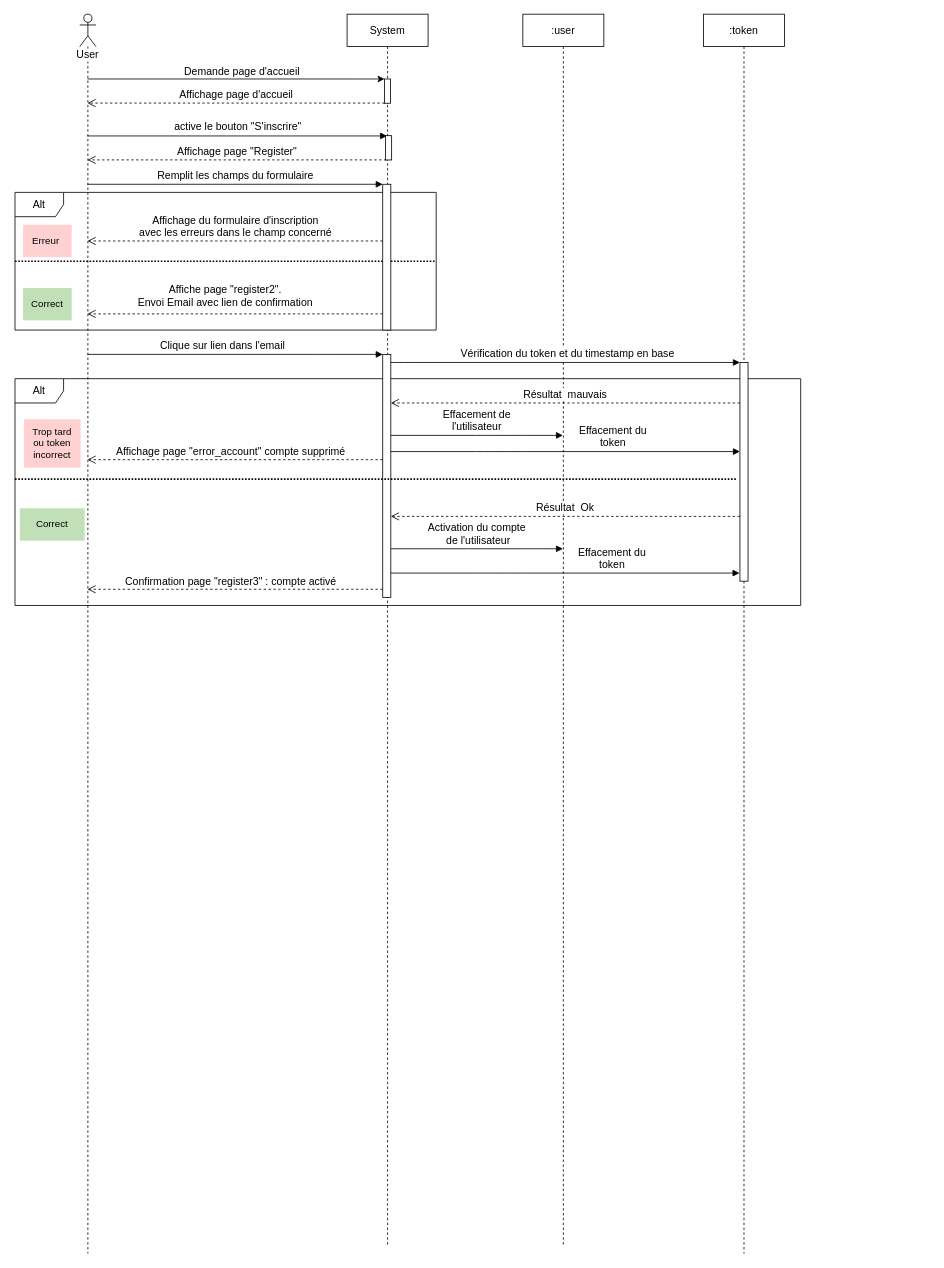
Above: Cadrage/Diagrammes de séquence register/register_seq.drawio in JgPhil/Blog (draw.io), before the change. Source tidied: cells renumbered, new cells numbered last; positions are measured from the earlier drawing's top-left corner, leaving out a move shared by most shapes. Both pictures are drawn from the tidied source at 81%, with x=0, y=0 at pixel (15, 14).
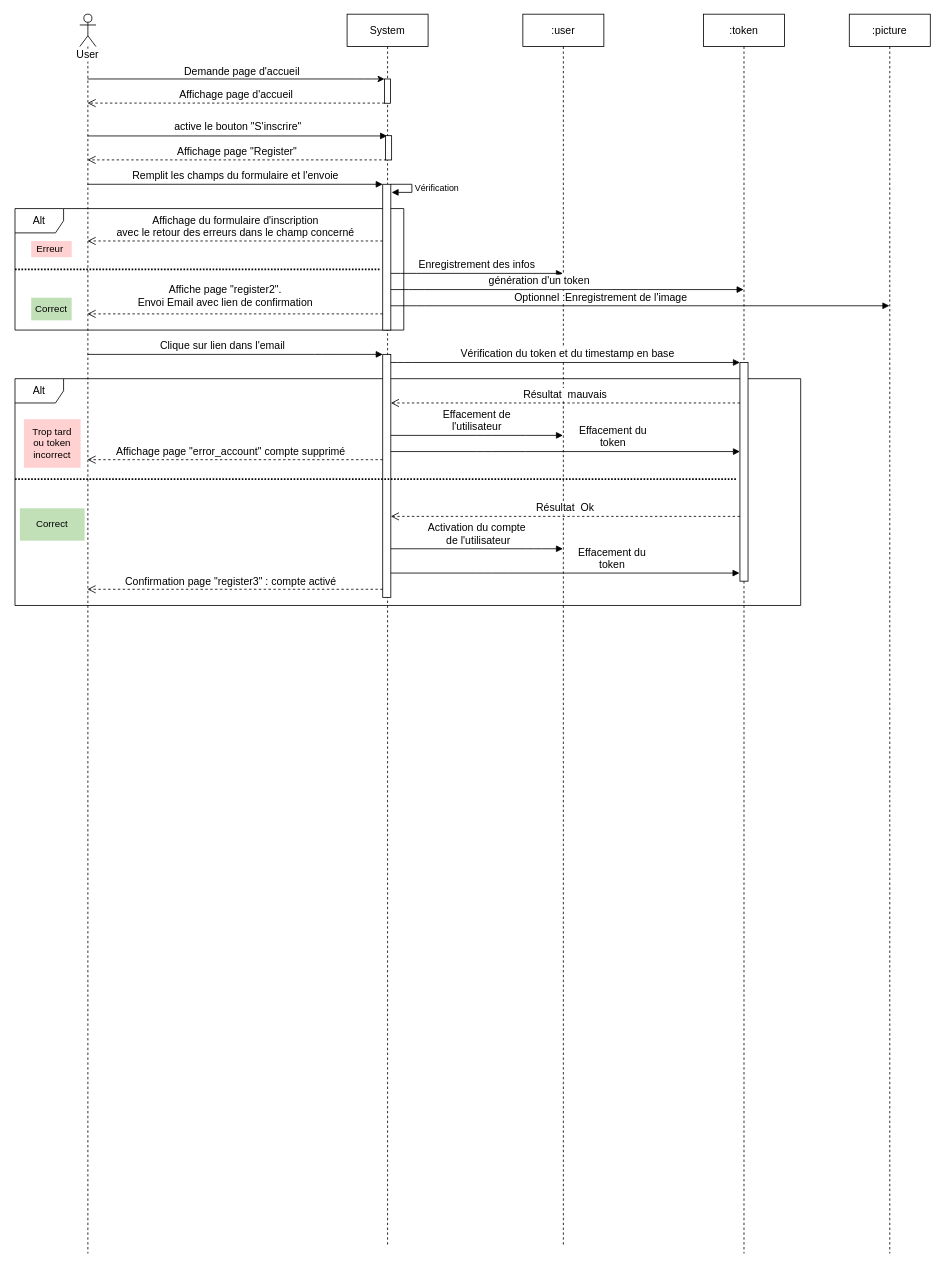
The same page after the edit.

Unchanged cells that the change refers to:
```xml
<mxCell id="8" value="System" style="shape=umlLifeline;perimeter=lifelinePerimeter;whiteSpace=wrap;html=1;rounded=0;comic=0;fontSize=13;" parent="1" vertex="1">
  <mxGeometry x="410" width="100" height="1520" as="geometry" />
</mxCell>
<mxCell id="9" style="html=1;points=[];perimeter=orthogonalPerimeter;fillColor=#FFFFFF;fontSize=13;" parent="8" vertex="1">
  <mxGeometry x="44" y="210" width="10" height="180" as="geometry" />
</mxCell>
<mxCell id="13" value=":user" style="shape=umlLifeline;perimeter=lifelinePerimeter;whiteSpace=wrap;html=1;outlineConnect=0;strokeWidth=1;fontSize=13;" parent="1" vertex="1">
  <mxGeometry x="627" width="100" height="1520" as="geometry" />
</mxCell>
<mxCell id="16" value="User" style="shape=umlLifeline;participant=umlActor;perimeter=lifelinePerimeter;whiteSpace=wrap;html=1;verticalAlign=top;spacingTop=36;labelBackgroundColor=#ffffff;outlineConnect=0;fontSize=13;" parent="1" vertex="1">
  <mxGeometry x="80" width="20" height="1530" as="geometry" />
</mxCell>
<mxCell id="17" value=":token" style="shape=umlLifeline;perimeter=lifelinePerimeter;whiteSpace=wrap;html=1;outlineConnect=0;fillColor=#FFFFFF;fontSize=13;fontColor=#000000;" parent="1" vertex="1">
  <mxGeometry x="850" width="100" height="1530" as="geometry" />
</mxCell>
```

What changed in the source:
```diff
@@
     <mxCell id="3" value="&lt;font style=&quot;font-size: 13px&quot;&gt;Alt&lt;/font&gt;" style="shape=umlFrame;whiteSpace=wrap;html=1;fontSize=13;" parent="1" vertex="1">
-      <mxGeometry y="220" width="520" height="170" as="geometry" />
+      <mxGeometry y="240" width="480" height="150" as="geometry" />
     </mxCell>
     <mxCell id="4" style="line;strokeWidth=2;fillColor=none;align=left;verticalAlign=middle;spacingTop=-1;spacingLeft=3;spacingRight=3;labelPosition=right;fontSize=13;dashed=1;dashPattern=1 1;" parent="1" vertex="1">
-      <mxGeometry y="291" width="520" height="28" as="geometry" />
+      <mxGeometry y="301" width="450" height="28" as="geometry" />
     </mxCell>
@@
+    <mxCell id="40" value="Vérification" style="edgeStyle=orthogonalEdgeStyle;html=1;align=left;spacingLeft=2;endArrow=block;rounded=0;entryX=1;entryY=0;" parent="8" edge="1" source="9">
+      <mxGeometry relative="1" as="geometry">
+        <mxPoint x="55" y="220" as="targetPoint" />
+        <Array as="points">
+          <mxPoint x="80" y="210" />
+          <mxPoint x="80" y="220" />
+        </Array>
+      </mxGeometry>
+    </mxCell>
@@
-    <mxCell id="15" value="Remplit les champs du formulaire" style="html=1;verticalAlign=bottom;endArrow=block;entryX=0;entryY=0;fontSize=13;" parent="1" edge="1" source="16" target="9">
+    <mxCell id="15" value="Remplit les champs du formulaire et l'envoie" style="html=1;verticalAlign=bottom;endArrow=block;entryX=0;entryY=0;fontSize=13;" parent="1" edge="1" source="16" target="9">
       <mxGeometry relative="1" as="geometry" />
     </mxCell>
@@
     <mxCell id="21" value="Erreur&amp;nbsp;" style="text;html=1;strokeColor=none;fillColor=#FFD1D1;align=center;verticalAlign=middle;whiteSpace=wrap;rounded=0;" parent="1" vertex="1">
-      <mxGeometry x="10" y="260" width="60" height="40" as="geometry" />
+      <mxGeometry x="20" y="280" width="50" height="20" as="geometry" />
     </mxCell>
     <mxCell id="22" value="Correct" style="text;html=1;strokeColor=none;fillColor=#C2E0B8;align=center;verticalAlign=middle;whiteSpace=wrap;rounded=0;" parent="1" vertex="1">
-      <mxGeometry x="10" y="338" width="60" height="40" as="geometry" />
+      <mxGeometry x="20" y="350" width="50" height="28" as="geometry" />
     </mxCell>
@@
-    <mxCell id="24" value="&lt;font style=&quot;font-size: 13px&quot;&gt;Affichage du formulaire d'inscription&lt;br&gt;avec les erreurs dans le champ concerné&lt;/font&gt;" style="html=1;verticalAlign=bottom;endArrow=open;dashed=1;endSize=8;" parent="1" edge="1" source="9" target="16">
+    <mxCell id="24" value="&lt;font style=&quot;font-size: 13px&quot;&gt;Affichage du formulaire d'inscription&lt;br&gt;avec le retour des erreurs dans le champ concerné&lt;/font&gt;" style="html=1;verticalAlign=bottom;endArrow=open;dashed=1;endSize=8;" parent="1" edge="1" source="9" target="16">
       <mxGeometry relative="1" as="geometry">
         <Array as="points">
           <mxPoint x="330" y="280" />
           <mxPoint x="300" y="280" />
         </Array>
       </mxGeometry>
     </mxCell>
@@
+    <mxCell id="41" value=":picture" style="shape=umlLifeline;perimeter=lifelinePerimeter;whiteSpace=wrap;html=1;outlineConnect=0;fillColor=#FFFFFF;fontSize=13;fontColor=#000000;" parent="1" vertex="1">
+      <mxGeometry x="1030" width="100" height="1530" as="geometry" />
+    </mxCell>
+    <mxCell id="42" value="&lt;font style=&quot;font-size: 13px&quot;&gt;Enregistrement des infos&lt;/font&gt;" style="html=1;verticalAlign=bottom;endArrow=block;" parent="1" edge="1" source="9" target="13">
+      <mxGeometry relative="1" as="geometry">
+        <Array as="points">
+          <mxPoint x="486" y="320" />
+        </Array>
+      </mxGeometry>
+    </mxCell>
+    <mxCell id="43" value="&lt;span style=&quot;font-size: 13px&quot;&gt;génération d'un token&lt;/span&gt;" style="html=1;verticalAlign=bottom;endArrow=block;" parent="1" edge="1" source="9" target="17">
+      <mxGeometry x="-0.16" relative="1" as="geometry">
+        <Array as="points">
+          <mxPoint x="496" y="340" />
+          <mxPoint x="780" y="340" />
+        </Array>
+      </mxGeometry>
+    </mxCell>
+    <mxCell id="44" value="&lt;span style=&quot;font-size: 13px&quot;&gt;Optionnel :Enregistrement de l'image&lt;/span&gt;" style="html=1;verticalAlign=bottom;endArrow=block;" parent="1" edge="1" source="9" target="41">
+      <mxGeometry x="-0.16" relative="1" as="geometry">
+        <Array as="points">
+          <mxPoint x="506" y="360" />
+          <mxPoint x="790" y="360" />
+        </Array>
+      </mxGeometry>
+    </mxCell>
```
